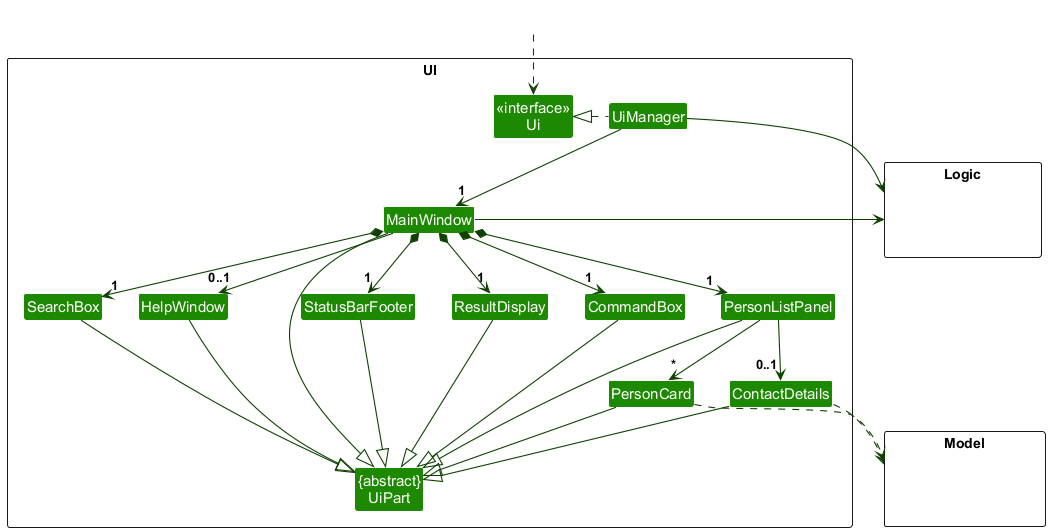
The PlantUML diagram docs/images/UiClassDiagram.png in nus-cs2103-AY2425S1/tp, before a commit.
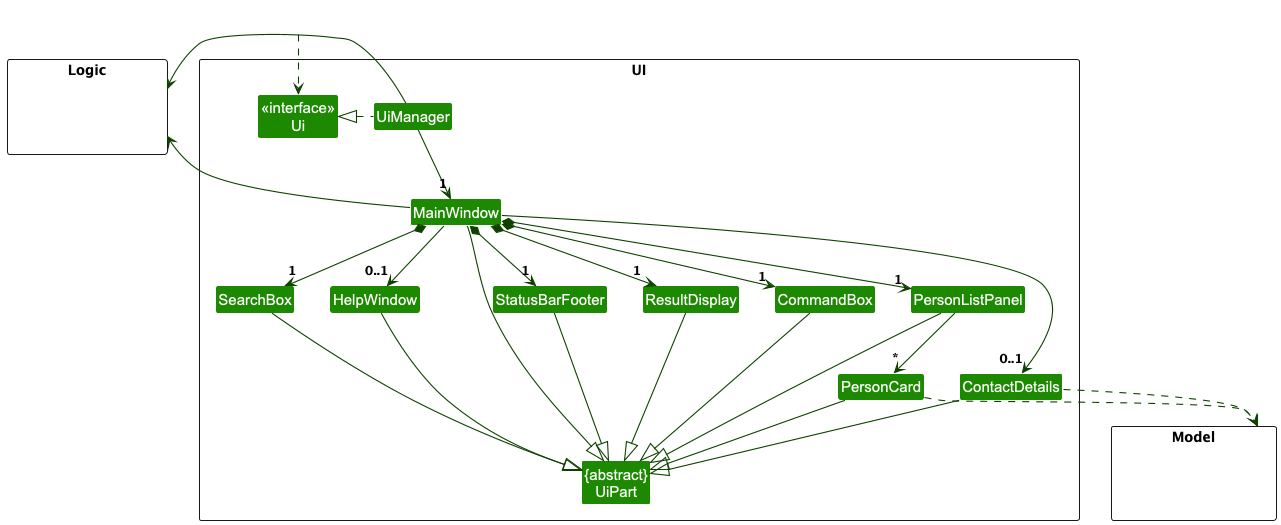
The same diagram one commit later.

Commit message:
Fix UiClassDiagram to connect MainWindow to ContactDetails

Diff of the diagram source:
```diff
@@ -39,9 +39,9 @@
 MainWindow *-down-> "1" PersonListPanel
 MainWindow *-down-> "1" StatusBarFooter
 MainWindow --> "0..1" HelpWindow
+MainWindow -down-> "0..1" ContactDetails
 
 PersonListPanel -down-> "*" PersonCard
-PersonListPanel -down-> "0..1" ContactDetails
 
 MainWindow -left-|> UiPart
 ContactDetails -down-|> UiPart
```
